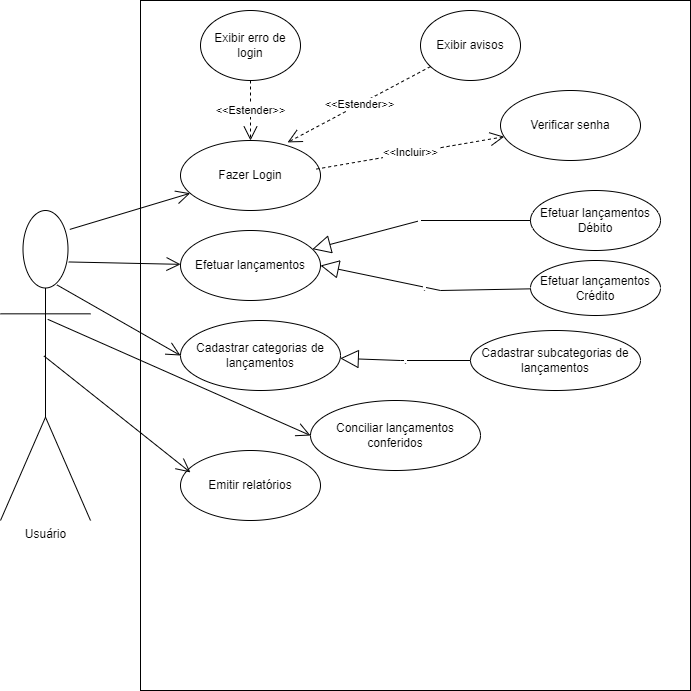
ICEI-PUC-Minas-PMV-ADS/pmv-ads-2022-2-e2-proj-int-t4-controle-financeiro keeps this draw.io diagram as docs/img/Etapa1.drawio.png. Above is the earlier version. Source tidied: cells renumbered, new cells last; positions are measured from the earlier drawing's top-left corner, leaving out a move shared by most shapes.
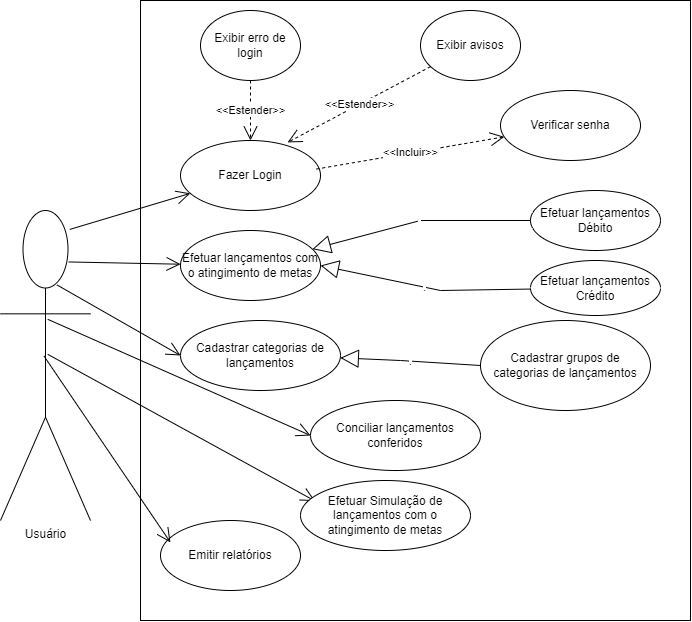
Above is the later version.

What changed in the source:
```diff
@@ -3,7 +3,7 @@
     <mxCell id="0" />
     <mxCell id="1" parent="0" />
     <mxCell id="2" style="html=1;" parent="1" vertex="1">
-      <mxGeometry x="140" width="550" height="690" as="geometry" />
+      <mxGeometry x="140" width="550" height="620" as="geometry" />
     </mxCell>
     <mxCell id="3" value="Usuário" style="shape=umlActor;verticalLabelPosition=bottom;verticalAlign=top;html=1;" parent="1" vertex="1">
       <mxGeometry y="210" width="90" height="310" as="geometry" />
@@ -20,7 +20,7 @@
     <mxCell id="7" value="Verificar senha" style="ellipse;whiteSpace=wrap;html=1;" parent="1" vertex="1">
       <mxGeometry x="500" y="90" width="140" height="70" as="geometry" />
     </mxCell>
-    <mxCell id="8" value="Efetuar lançamentos" style="ellipse;whiteSpace=wrap;html=1;" parent="1" vertex="1">
+    <mxCell id="8" value="Efetuar lançamentos com o atingimento de metas" style="ellipse;whiteSpace=wrap;html=1;" parent="1" vertex="1">
       <mxGeometry x="180" y="230" width="140" height="70" as="geometry" />
     </mxCell>
     <mxCell id="9" value="Cadastrar categorias de lançamentos" style="ellipse;whiteSpace=wrap;html=1;" parent="1" vertex="1">
@@ -45,13 +45,13 @@
       <mxGeometry relative="1" as="geometry" />
     </mxCell>
     <mxCell id="16" value="Emitir relatórios" style="ellipse;whiteSpace=wrap;html=1;" parent="1" vertex="1">
-      <mxGeometry x="180" y="450" width="140" height="70" as="geometry" />
+      <mxGeometry x="160" y="520" width="140" height="70" as="geometry" />
     </mxCell>
     <mxCell id="17" style="endArrow=open;endFill=1;endSize=12;html=1;rounded=0;exitX=0.482;exitY=0.469;exitDx=0;exitDy=0;exitPerimeter=0;entryX=0.071;entryY=0.313;entryDx=0;entryDy=0;entryPerimeter=0;" parent="1" edge="1" source="3" target="16">
       <mxGeometry relative="1" as="geometry" />
     </mxCell>
-    <mxCell id="18" value="Cadastrar subcategorias de lançamentos" style="ellipse;whiteSpace=wrap;html=1;" parent="1" vertex="1">
-      <mxGeometry x="470" y="330" width="170" height="60" as="geometry" />
+    <mxCell id="18" value="Cadastrar grupos de categorias de lançamentos" style="ellipse;whiteSpace=wrap;html=1;" parent="1" vertex="1">
+      <mxGeometry x="480" y="320" width="170" height="90" as="geometry" />
     </mxCell>
     <mxCell id="19" value="." style="endArrow=block;endSize=16;endFill=0;html=1;rounded=0;exitX=0;exitY=0.5;exitDx=0;exitDy=0;" parent="1" edge="1" source="18" target="9">
       <mxGeometry relative="1" as="geometry">
@@ -89,5 +89,13 @@
     <mxCell id="25" value="&amp;lt;&amp;lt;Estender&amp;gt;&amp;gt;" style="endArrow=open;endSize=12;dashed=1;html=1;rounded=0;entryX=0.765;entryY=0.027;entryDx=0;entryDy=0;entryPerimeter=0;" parent="1" edge="1" source="24" target="4">
       <mxGeometry relative="1" as="geometry" />
     </mxCell>
+    <mxCell id="26" style="endArrow=open;endFill=1;endSize=12;html=1;rounded=0;exitX=0.525;exitY=0.351;exitDx=0;exitDy=0;exitPerimeter=0;entryX=0.086;entryY=0.294;entryDx=0;entryDy=0;entryPerimeter=0;" parent="1" edge="1" target="27">
+      <mxGeometry relative="1" as="geometry">
+        <mxPoint x="47.2" y="353.8" as="sourcePoint" />
+      </mxGeometry>
+    </mxCell>
+    <mxCell id="27" value="Efetuar Simulação de lançamentos com o atingimento de metas" style="ellipse;whiteSpace=wrap;html=1;" parent="1" vertex="1">
+      <mxGeometry x="300" y="480" width="170" height="70" as="geometry" />
+    </mxCell>
   </root>
 </mxGraphModel>
```
